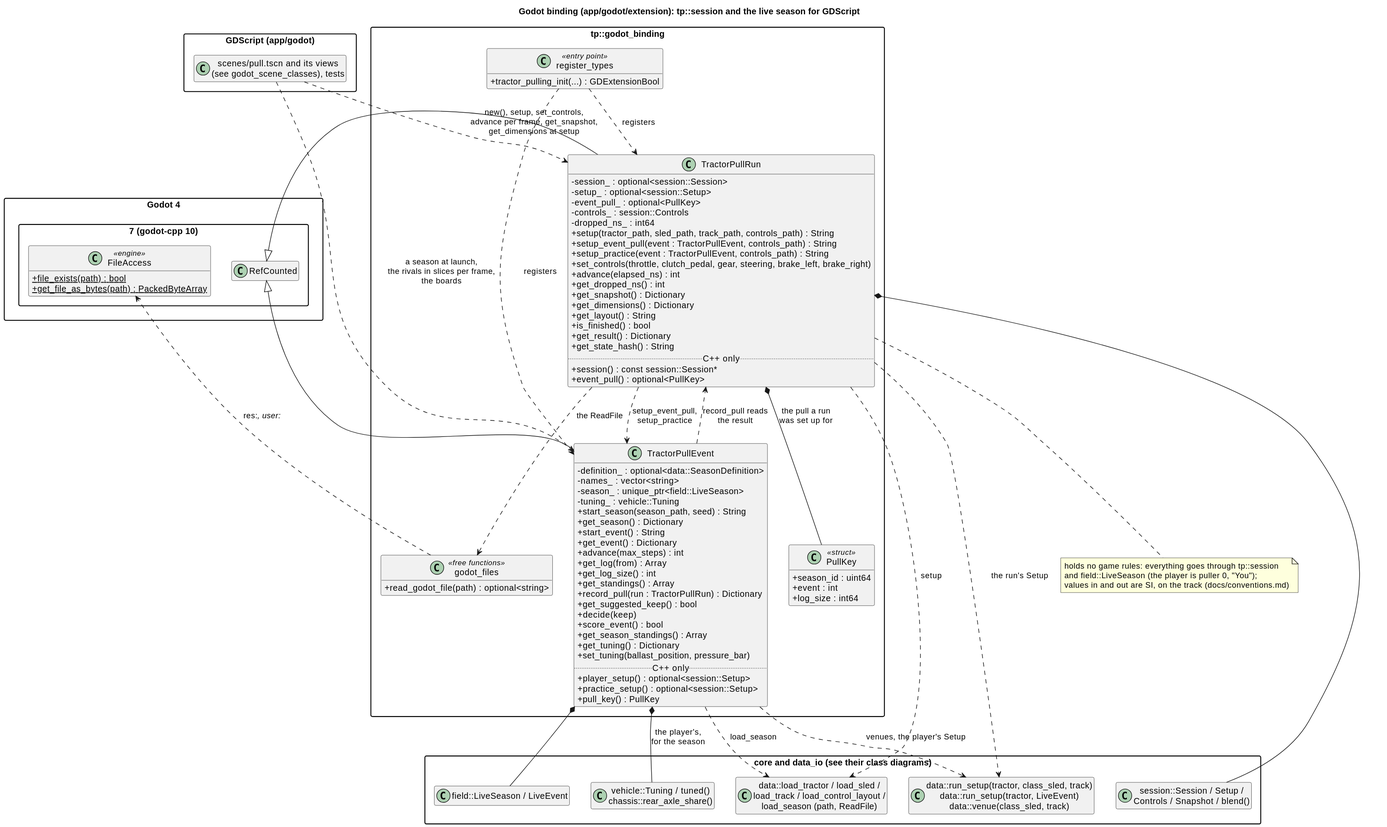
Above: docs/diagrams/svg/godot_classes.svg in wversteeg/TractorPulling (PlantUML), before the change.
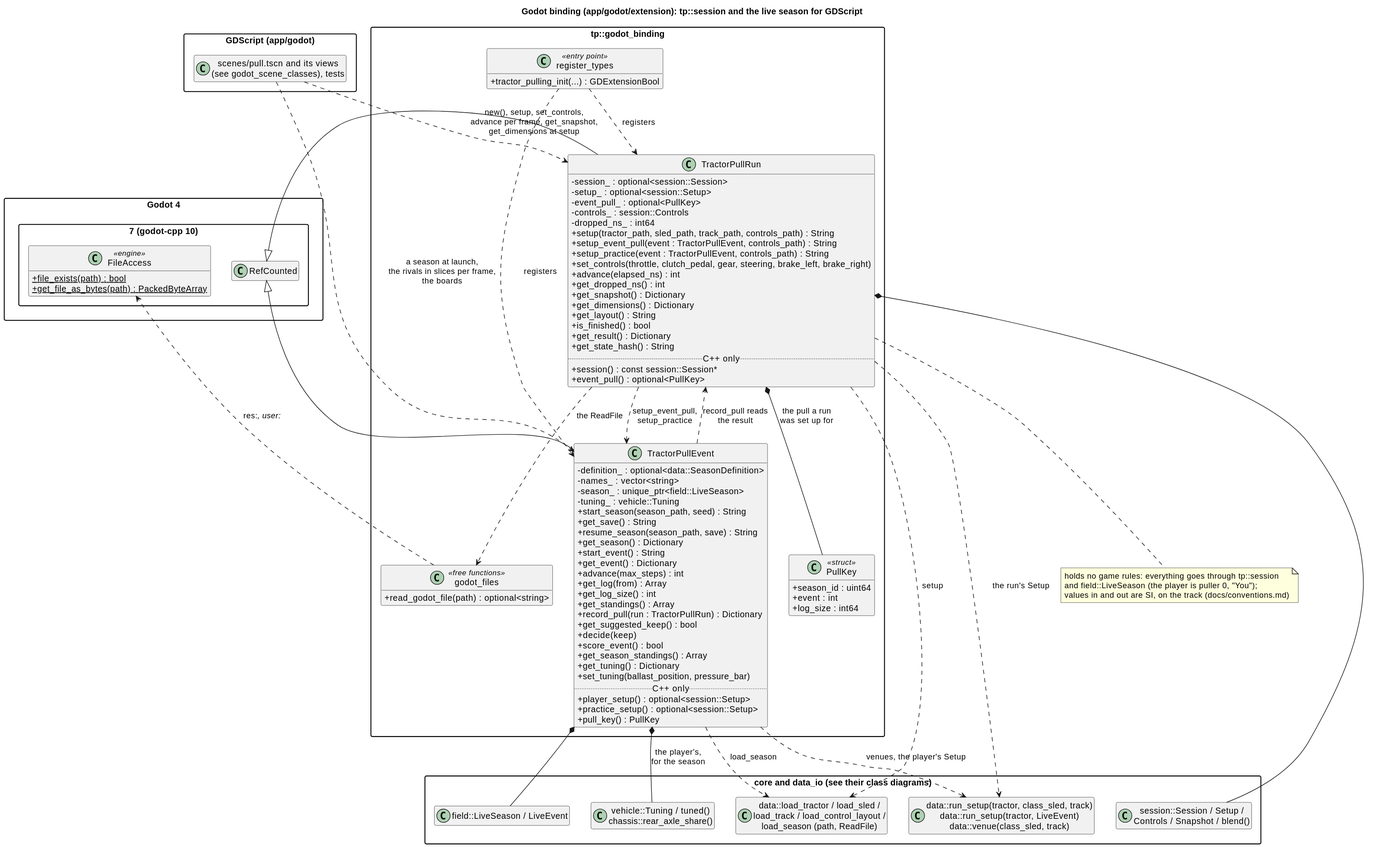
The same file after the commit.

The edit, as a diff of the source:
```diff
@@ -41,6 +41,8 @@
     -season_ : unique_ptr<field::LiveSeason>
     -tuning_ : vehicle::Tuning
     +start_season(season_path, seed) : String
+    +get_save() : String
+    +resume_season(season_path, save) : String
     +get_season() : Dictionary
     +start_event() : String
     +get_event() : Dictionary
```
